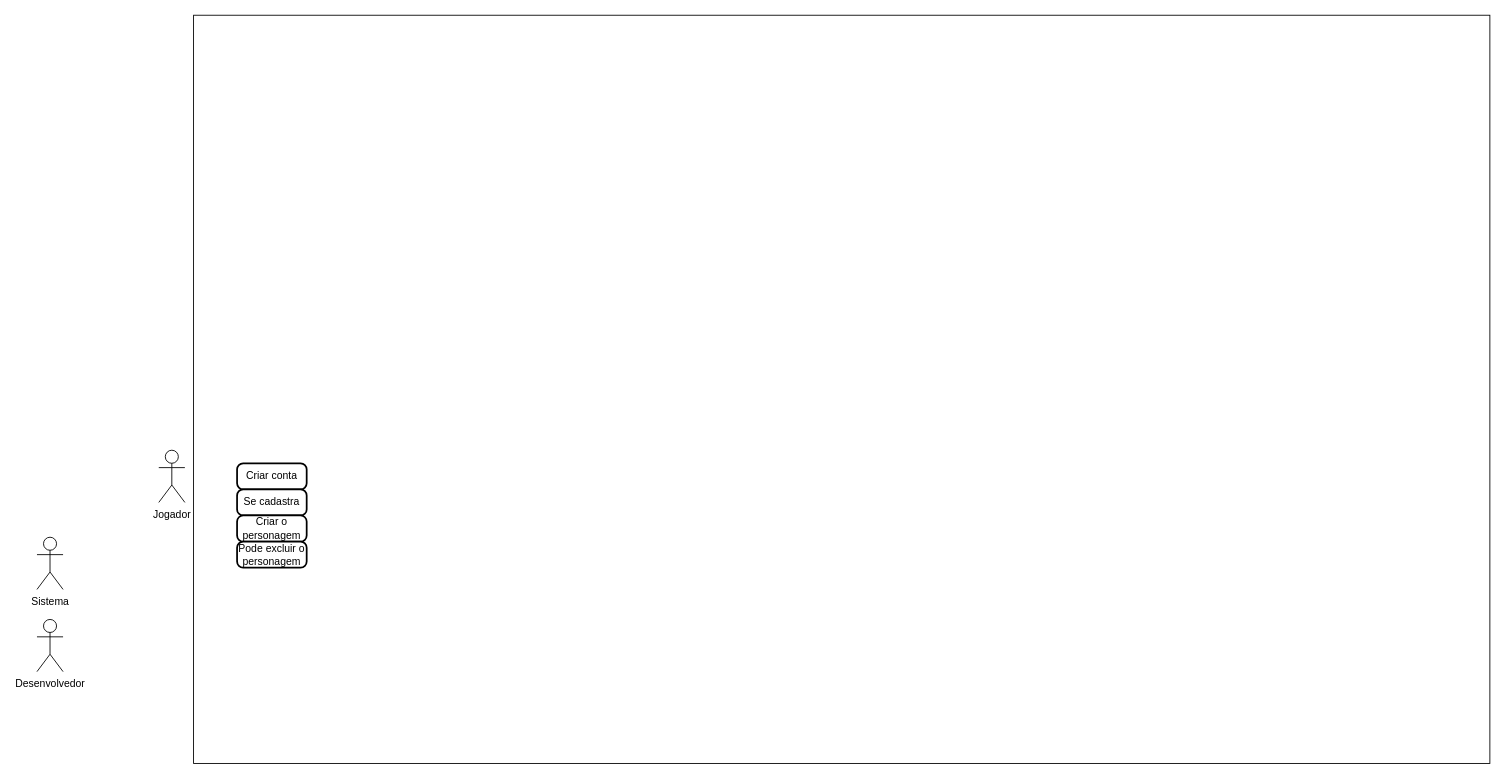
Above: page "Projeto UC1 - Valley Of Cleaning" (4 of 4) of Diagramaaula.drawio in MagdyelDev/diagramaderequisitos (draw.io), before the change. Source tidied: cells renumbered, new cells numbered last; positions are measured from the earlier drawing's top-left corner, leaving out a move shared by most shapes. Both pictures are drawn from the tidied source at 87%, with x=0, y=0 at pixel (37, 15).
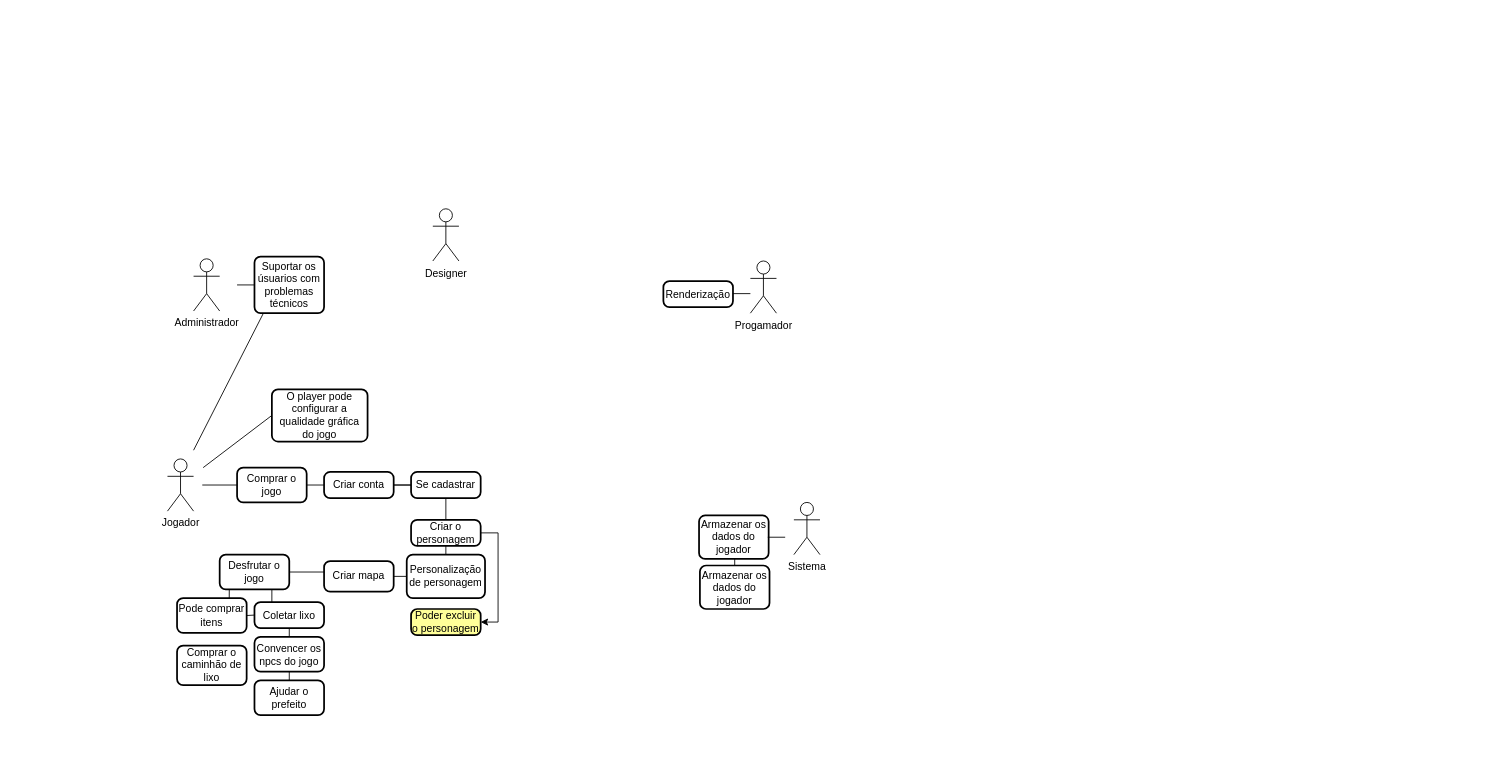
After the change.

Diff of the diagram source:
```diff
@@
     <mxCell id="2" value="Sistema" style="shape=umlActor;verticalLabelPosition=bottom;verticalAlign=top;html=1;" parent="1" vertex="1">
-      <mxGeometry y="600" width="30" height="60" as="geometry" />
+      <mxGeometry x="870" y="560" width="30" height="60" as="geometry" />
     </mxCell>
-    <mxCell id="3" style="rounded=0;whiteSpace=wrap;html=1;" parent="1" vertex="1">
-      <mxGeometry x="180" width="1490" height="860" as="geometry" />
-    </mxCell>
     <mxCell id="4" value="Jogador" style="shape=umlActor;verticalLabelPosition=bottom;verticalAlign=top;html=1;" parent="1" vertex="1">
-      <mxGeometry x="140" y="500" width="30" height="60" as="geometry" />
+      <mxGeometry x="150" y="510" width="30" height="60" as="geometry" />
     </mxCell>
-    <mxCell id="5" value="Desenvolvedor" style="shape=umlActor;verticalLabelPosition=bottom;verticalAlign=top;html=1;" parent="1" vertex="1">
-      <mxGeometry y="694.5" width="30" height="60" as="geometry" />
+    <mxCell id="5" value="Administrador" style="shape=umlActor;verticalLabelPosition=bottom;verticalAlign=top;html=1;" parent="1" vertex="1">
+      <mxGeometry x="180" y="280" width="30" height="60" as="geometry" />
     </mxCell>
-    <mxCell id="6" value="Criar conta" style="rounded=1;whiteSpace=wrap;html=1;absoluteArcSize=1;arcSize=14;strokeWidth=2;" parent="1" vertex="1">
-      <mxGeometry x="230" y="515" width="80" height="30" as="geometry" />
-    </mxCell>
-    <mxCell id="7" value="Se cadastra" style="rounded=1;whiteSpace=wrap;html=1;absoluteArcSize=1;arcSize=14;strokeWidth=2;" parent="1" vertex="1">
-      <mxGeometry x="230" y="545" width="80" height="30" as="geometry" />
-    </mxCell>
+    <mxCell id="10" style="edgeStyle=orthogonalEdgeStyle;rounded=0;jettySize=auto;html=1;exitX=1;exitY=0.5;exitDx=0;exitDy=0;entryX=1;entryY=0.5;entryDx=0;entryDy=0;" parent="1" edge="1" source="8" target="9">
+      <mxGeometry relative="1" as="geometry" />
+    </mxCell>
     <mxCell id="8" value="Criar o personagem" style="rounded=1;whiteSpace=wrap;html=1;absoluteArcSize=1;arcSize=14;strokeWidth=2;" parent="1" vertex="1">
-      <mxGeometry x="230" y="575" width="80" height="30" as="geometry" />
+      <mxGeometry x="430" y="580" width="80" height="30" as="geometry" />
     </mxCell>
-    <mxCell id="9" value="Pode excluir o personagem" style="rounded=1;whiteSpace=wrap;html=1;absoluteArcSize=1;arcSize=14;strokeWidth=2;" parent="1" vertex="1">
-      <mxGeometry x="230" y="605" width="80" height="30" as="geometry" />
+    <mxCell id="9" value="Poder excluir o personagem" style="rounded=1;whiteSpace=wrap;html=1;absoluteArcSize=1;arcSize=14;strokeWidth=2;fillColor=light-dark(#FFFF99,var(--ge-dark-color, #121212));" parent="1" vertex="1">
+      <mxGeometry x="430" y="682.5" width="80" height="30" as="geometry" />
     </mxCell>
+    <mxCell id="11" value="Armazenar os dados do jogador" style="rounded=1;whiteSpace=wrap;html=1;absoluteArcSize=1;arcSize=14;strokeWidth=2;" parent="1" vertex="1">
+      <mxGeometry x="761" y="575" width="80" height="50" as="geometry" />
+    </mxCell>
+    <mxCell id="12" value="Suportar os úsuarios com problemas técnicos" style="rounded=1;whiteSpace=wrap;html=1;absoluteArcSize=1;arcSize=14;strokeWidth=2;" parent="1" vertex="1">
+      <mxGeometry x="250" y="277.5" width="80" height="65" as="geometry" />
+    </mxCell>
+    <mxCell id="13" style="endArrow=none;html=1;rounded=0;entryX=0;entryY=0.5;entryDx=0;entryDy=0;" parent="1" edge="1" source="7" target="6">
+      <mxGeometry relative="1" as="geometry" />
+    </mxCell>
+    <mxCell id="14" style="endArrow=none;html=1;rounded=0;entryX=0;entryY=0.5;entryDx=0;entryDy=0;" parent="1" edge="1" source="6" target="7">
+      <mxGeometry relative="1" as="geometry" />
+    </mxCell>
+    <mxCell id="7" value="Se cadastrar" style="rounded=1;whiteSpace=wrap;html=1;absoluteArcSize=1;arcSize=14;strokeWidth=2;" parent="1" vertex="1">
+      <mxGeometry x="430" y="525" width="80" height="30" as="geometry" />
+    </mxCell>
+    <mxCell id="15" style="endArrow=none;html=1;rounded=0;exitX=0.5;exitY=0;exitDx=0;exitDy=0;entryX=0.5;entryY=1;entryDx=0;entryDy=0;" parent="1" edge="1" source="8" target="7">
+      <mxGeometry relative="1" as="geometry">
+        <Array as="points">
+          <mxPoint x="470" y="555" />
+        </Array>
+      </mxGeometry>
+    </mxCell>
+    <mxCell id="16" value="Criar mapa" style="rounded=1;whiteSpace=wrap;html=1;absoluteArcSize=1;arcSize=14;strokeWidth=2;" parent="1" vertex="1">
+      <mxGeometry x="330" y="627.5" width="80" height="35" as="geometry" />
+    </mxCell>
+    <mxCell id="17" style="endArrow=none;html=1;rounded=0;exitX=0.5;exitY=0;exitDx=0;exitDy=0;entryX=0.5;entryY=1;entryDx=0;entryDy=0;" parent="1" edge="1" source="19" target="8">
+      <mxGeometry relative="1" as="geometry" />
+    </mxCell>
+    <mxCell id="18" style="endArrow=none;html=1;rounded=0;exitX=1;exitY=0.5;exitDx=0;exitDy=0;" parent="1" edge="1" source="16" target="19">
+      <mxGeometry relative="1" as="geometry" />
+    </mxCell>
+    <mxCell id="19" value="Personalização de personagem" style="rounded=1;whiteSpace=wrap;html=1;absoluteArcSize=1;arcSize=14;strokeWidth=2;" parent="1" vertex="1">
+      <mxGeometry x="425" y="620" width="90" height="50" as="geometry" />
+    </mxCell>
+    <mxCell id="20" style="endArrow=none;html=1;rounded=0;entryX=0;entryY=0.5;entryDx=0;entryDy=0;" parent="1" edge="1" target="21">
+      <mxGeometry relative="1" as="geometry">
+        <mxPoint x="190" y="540" as="sourcePoint" />
+      </mxGeometry>
+    </mxCell>
+    <mxCell id="21" value="Comprar o jogo" style="rounded=1;whiteSpace=wrap;html=1;absoluteArcSize=1;arcSize=14;strokeWidth=2;" parent="1" vertex="1">
+      <mxGeometry x="230" y="520" width="80" height="40" as="geometry" />
+    </mxCell>
+    <mxCell id="22" style="endArrow=none;html=1;rounded=0;entryX=0;entryY=0.5;entryDx=0;entryDy=0;" parent="1" edge="1" source="21" target="6">
+      <mxGeometry relative="1" as="geometry" />
+    </mxCell>
+    <mxCell id="6" value="Criar conta" style="rounded=1;whiteSpace=wrap;html=1;absoluteArcSize=1;arcSize=14;strokeWidth=2;" parent="1" vertex="1">
+      <mxGeometry x="330" y="525" width="80" height="30" as="geometry" />
+    </mxCell>
+    <mxCell id="23" style="endArrow=none;html=1;rounded=0;entryX=0;entryY=0.5;entryDx=0;entryDy=0;" parent="1" edge="1" target="12">
+      <mxGeometry relative="1" as="geometry">
+        <mxPoint x="230" y="310" as="sourcePoint" />
+      </mxGeometry>
+    </mxCell>
+    <mxCell id="24" style="endArrow=none;html=1;rounded=0;entryX=0.125;entryY=1.008;entryDx=0;entryDy=0;entryPerimeter=0;" parent="1" edge="1" target="12">
+      <mxGeometry relative="1" as="geometry">
+        <mxPoint x="180" y="500" as="sourcePoint" />
+      </mxGeometry>
+    </mxCell>
+    <mxCell id="25" value="Coletar lixo" style="rounded=1;whiteSpace=wrap;html=1;absoluteArcSize=1;arcSize=14;strokeWidth=2;" parent="1" vertex="1">
+      <mxGeometry x="250" y="674.5" width="80" height="30" as="geometry" />
+    </mxCell>
+    <mxCell id="26" value="Convencer os npcs do jogo" style="rounded=1;whiteSpace=wrap;html=1;absoluteArcSize=1;arcSize=14;strokeWidth=2;" parent="1" vertex="1">
+      <mxGeometry x="250" y="714.5" width="80" height="40" as="geometry" />
+    </mxCell>
+    <mxCell id="27" style="endArrow=none;html=1;rounded=0;exitX=0.5;exitY=0;exitDx=0;exitDy=0;" parent="1" edge="1" source="26">
+      <mxGeometry relative="1" as="geometry">
+        <mxPoint x="290" y="704.5" as="targetPoint" />
+      </mxGeometry>
+    </mxCell>
+    <mxCell id="28" value="Ajudar o prefeito" style="rounded=1;whiteSpace=wrap;html=1;absoluteArcSize=1;arcSize=14;strokeWidth=2;" parent="1" vertex="1">
+      <mxGeometry x="250" y="764.5" width="80" height="40" as="geometry" />
+    </mxCell>
+    <mxCell id="29" style="endArrow=none;html=1;rounded=0;exitX=0.5;exitY=0;exitDx=0;exitDy=0;" parent="1" edge="1" source="28">
+      <mxGeometry relative="1" as="geometry">
+        <mxPoint x="290" y="754.5" as="targetPoint" />
+      </mxGeometry>
+    </mxCell>
+    <mxCell id="30" value="Pode comprar itens" style="rounded=1;whiteSpace=wrap;html=1;absoluteArcSize=1;arcSize=14;strokeWidth=2;" parent="1" vertex="1">
+      <mxGeometry x="161" y="670" width="80" height="40" as="geometry" />
+    </mxCell>
+    <mxCell id="31" style="endArrow=none;html=1;rounded=0;entryX=0;entryY=0.5;entryDx=0;entryDy=0;exitX=1;exitY=0.5;exitDx=0;exitDy=0;" parent="1" edge="1" source="30" target="25">
+      <mxGeometry relative="1" as="geometry" />
+    </mxCell>
+    <mxCell id="32" value="Desfrutar o jogo" style="rounded=1;whiteSpace=wrap;html=1;absoluteArcSize=1;arcSize=14;strokeWidth=2;" parent="1" vertex="1">
+      <mxGeometry x="210" y="620" width="80" height="40" as="geometry" />
+    </mxCell>
+    <mxCell id="33" style="endArrow=none;html=1;rounded=0;exitX=1;exitY=0.5;exitDx=0;exitDy=0;" parent="1" edge="1" source="32">
+      <mxGeometry relative="1" as="geometry">
+        <mxPoint x="330" y="640" as="targetPoint" />
+      </mxGeometry>
+    </mxCell>
+    <mxCell id="34" style="endArrow=none;html=1;rounded=0;exitX=0.75;exitY=1;exitDx=0;exitDy=0;entryX=0.25;entryY=0;entryDx=0;entryDy=0;" parent="1" edge="1" source="32" target="25">
+      <mxGeometry relative="1" as="geometry" />
+    </mxCell>
+    <mxCell id="35" style="endArrow=none;html=1;rounded=0;exitX=0.138;exitY=1;exitDx=0;exitDy=0;exitPerimeter=0;entryX=0.75;entryY=0;entryDx=0;entryDy=0;" parent="1" edge="1" source="32" target="30">
+      <mxGeometry relative="1" as="geometry" />
+    </mxCell>
+    <mxCell id="36" value="Designer" style="shape=umlActor;verticalLabelPosition=bottom;verticalAlign=top;html=1;" parent="1" vertex="1">
+      <mxGeometry x="455" y="222.5" width="30" height="60" as="geometry" />
+    </mxCell>
+    <mxCell id="37" value="Progamador" style="shape=umlActor;verticalLabelPosition=bottom;verticalAlign=top;html=1;" parent="1" vertex="1">
+      <mxGeometry x="820" y="282.5" width="30" height="60" as="geometry" />
+    </mxCell>
+    <mxCell id="38" style="endArrow=none;html=1;rounded=0;" parent="1" edge="1">
+      <mxGeometry relative="1" as="geometry">
+        <mxPoint x="840" y="600" as="sourcePoint" />
+        <mxPoint x="860" y="600" as="targetPoint" />
+      </mxGeometry>
+    </mxCell>
+    <mxCell id="39" value="Armazenar os dados do jogador" style="rounded=1;whiteSpace=wrap;html=1;absoluteArcSize=1;arcSize=14;strokeWidth=2;" parent="1" vertex="1">
+      <mxGeometry x="762" y="632.5" width="80" height="50" as="geometry" />
+    </mxCell>
+    <mxCell id="40" style="endArrow=none;html=1;rounded=0;exitX=0.5;exitY=0;exitDx=0;exitDy=0;" parent="1" edge="1" source="39">
+      <mxGeometry relative="1" as="geometry">
+        <mxPoint x="802" y="624.5" as="targetPoint" />
+      </mxGeometry>
+    </mxCell>
+    <mxCell id="41" value="Comprar o caminhão de lixo" style="rounded=1;whiteSpace=wrap;html=1;absoluteArcSize=1;arcSize=14;strokeWidth=2;" parent="1" vertex="1">
+      <mxGeometry x="161" y="724.5" width="80" height="45.5" as="geometry" />
+    </mxCell>
+    <mxCell id="42" style="group;" parent="1" vertex="1">
+      <mxGeometry x="720" y="305.5" width="100" height="30" as="geometry" />
+    </mxCell>
+    <mxCell id="43" value="Renderização" style="rounded=1;whiteSpace=wrap;html=1;absoluteArcSize=1;arcSize=14;strokeWidth=2;" parent="42" vertex="1">
+      <mxGeometry width="80" height="30" as="geometry" />
+    </mxCell>
+    <mxCell id="44" style="endArrow=none;html=1;rounded=0;" parent="42" edge="1">
+      <mxGeometry relative="1" as="geometry">
+        <mxPoint x="80" y="14.5" as="sourcePoint" />
+        <mxPoint x="100" y="14.5" as="targetPoint" />
+      </mxGeometry>
+    </mxCell>
+    <mxCell id="45" value="O player pode configurar a qualidade gráfica do jogo" style="rounded=1;whiteSpace=wrap;html=1;absoluteArcSize=1;arcSize=14;strokeWidth=2;" parent="1" vertex="1">
+      <mxGeometry x="270" y="430" width="110" height="60" as="geometry" />
+    </mxCell>
+    <mxCell id="46" style="endArrow=none;html=1;rounded=0;entryX=0;entryY=0.5;entryDx=0;entryDy=0;" parent="1" edge="1" target="45">
+      <mxGeometry relative="1" as="geometry">
+        <mxPoint x="191" y="520" as="sourcePoint" />
+      </mxGeometry>
+    </mxCell>
```
